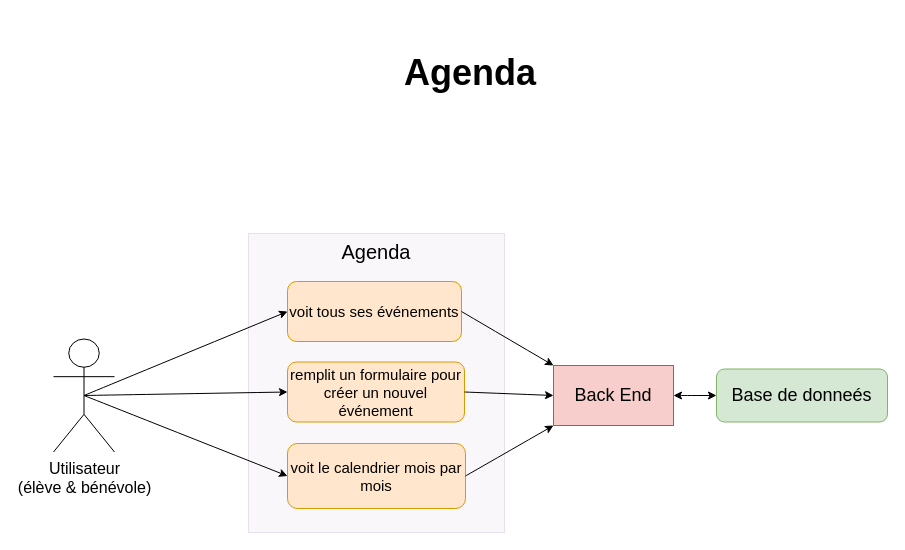
This is page "Agenda" (3 of 5) of Untitled Diagram.drawio from melacod/MelanieKlein_10_22122021, a draw.io file, before an edit. Source tidied: cells renumbered, new cells numbered last; positions are measured from the earlier drawing's top-left corner, leaving out a move shared by most shapes. Both pictures are drawn from the tidied source at 100%, with x=0, y=0 at pixel (53, 57).
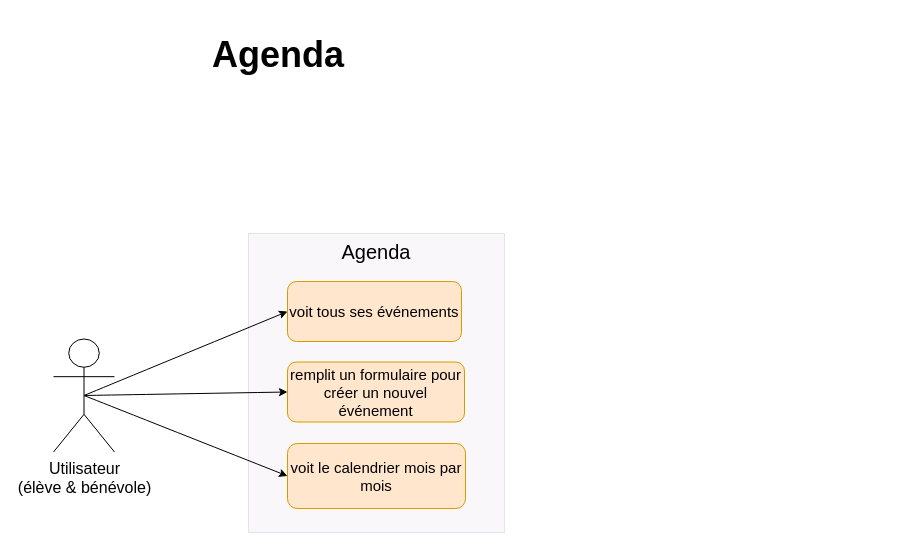
The same diagram, later.

What changed in the source:
```diff
@@
 <mxGraphModel>
   <root>
     <mxCell id="0" />
     <mxCell id="1" parent="0" />
     <mxCell id="2" value="&lt;h1&gt;&lt;font style=&quot;font-size: 36px&quot;&gt;Agenda&lt;/font&gt;&lt;/h1&gt;" style="text;html=1;strokeColor=none;fillColor=none;align=center;verticalAlign=middle;whiteSpace=wrap;rounded=0;" parent="1" vertex="1">
-      <mxGeometry x="263" width="308" height="30" as="geometry" />
+      <mxGeometry x="71" y="-18" width="308" height="30" as="geometry" />
     </mxCell>
     <mxCell id="3" value="&lt;span&gt;&lt;font style=&quot;font-size: 20px&quot;&gt;Agenda&lt;/font&gt;&lt;/span&gt;" style="rounded=0;whiteSpace=wrap;html=1;fontSize=18;strokeWidth=1;fillColor=#e1d5e7;strokeColor=#9673a6;opacity=20;verticalAlign=top;" parent="1" vertex="1">
       <mxGeometry x="195" y="176" width="256" height="299" as="geometry" />
     </mxCell>
     <mxCell id="4" value="&lt;font style=&quot;font-size: 16px&quot;&gt;Utilisateur&lt;br&gt;(élève &amp;amp; bénévole)&lt;/font&gt;" style="shape=umlActor;verticalLabelPosition=bottom;verticalAlign=top;html=1;outlineConnect=0;fontSize=14;" parent="1" vertex="1">
       <mxGeometry y="281.5" width="61" height="113" as="geometry" />
     </mxCell>
     <mxCell id="5" value="&lt;font style=&quot;font-size: 15px&quot;&gt;voit tous ses événements&lt;/font&gt;" style="rounded=1;whiteSpace=wrap;html=1;fontSize=14;fillColor=#ffe6cc;strokeColor=#d79b00;" parent="1" vertex="1">
       <mxGeometry x="234" y="224" width="174" height="60" as="geometry" />
     </mxCell>
     <mxCell id="6" value="&lt;font style=&quot;font-size: 15px&quot;&gt;remplit un formulaire pour créer un nouvel événement&lt;/font&gt;" style="rounded=1;whiteSpace=wrap;html=1;fontSize=14;fillColor=#ffe6cc;strokeColor=#d79b00;" parent="1" vertex="1">
       <mxGeometry x="234" y="304.5" width="177" height="60" as="geometry" />
     </mxCell>
     <mxCell id="7" style="endArrow=classic;html=1;rounded=0;fontSize=18;curved=1;entryX=0;entryY=0.5;entryDx=0;entryDy=0;exitX=0.5;exitY=0.5;exitDx=0;exitDy=0;exitPerimeter=0;" parent="1" edge="1" source="4" target="5">
       <mxGeometry relative="1" as="geometry" />
     </mxCell>
     <mxCell id="8" style="endArrow=classic;html=1;rounded=0;fontSize=18;entryX=0;entryY=0.5;entryDx=0;entryDy=0;curved=1;exitX=0.5;exitY=0.5;exitDx=0;exitDy=0;exitPerimeter=0;" parent="1" edge="1" source="4" target="6">
       <mxGeometry relative="1" as="geometry" />
     </mxCell>
     <mxCell id="9" value="&lt;font style=&quot;font-size: 15px&quot;&gt;voit le calendrier mois par mois&lt;/font&gt;" style="rounded=1;whiteSpace=wrap;html=1;fontSize=14;fillColor=#ffe6cc;strokeColor=#d79b00;" parent="1" vertex="1">
       <mxGeometry x="234" y="386" width="178" height="65" as="geometry" />
     </mxCell>
     <mxCell id="10" style="endArrow=classic;html=1;rounded=0;fontSize=18;curved=1;entryX=0;entryY=0.5;entryDx=0;entryDy=0;exitX=0.5;exitY=0.5;exitDx=0;exitDy=0;exitPerimeter=0;" parent="1" edge="1" source="4" target="9">
       <mxGeometry relative="1" as="geometry" />
     </mxCell>
-    <mxCell id="11" value="&lt;font style=&quot;font-size: 18px&quot;&gt;Back End&lt;/font&gt;" style="rounded=0;whiteSpace=wrap;html=1;fontSize=10;fillColor=#f8cecc;strokeColor=#b85450;" parent="1" vertex="1">
-      <mxGeometry x="500" y="308" width="120" height="60" as="geometry" />
-    </mxCell>
-    <mxCell id="12" value="&lt;span&gt;Base de donneés&lt;/span&gt;" style="rounded=1;whiteSpace=wrap;html=1;fontSize=18;fillColor=#d5e8d4;strokeColor=#82b366;strokeWidth=1;" parent="1" vertex="1">
-      <mxGeometry x="663" y="311.5" width="171" height="53" as="geometry" />
-    </mxCell>
-    <mxCell id="13" style="endArrow=classic;startArrow=classic;html=1;rounded=0;fontSize=18;entryX=0;entryY=0.5;entryDx=0;entryDy=0;exitX=1;exitY=0.5;exitDx=0;exitDy=0;curved=1;" parent="1" edge="1" source="11" target="12">
-      <mxGeometry relative="1" as="geometry" />
-    </mxCell>
-    <mxCell id="14" style="endArrow=classic;html=1;rounded=0;fontSize=18;exitX=1;exitY=0.5;exitDx=0;exitDy=0;entryX=0;entryY=0.5;entryDx=0;entryDy=0;curved=1;" parent="1" edge="1" source="6" target="11">
-      <mxGeometry relative="1" as="geometry" />
-    </mxCell>
-    <mxCell id="15" style="endArrow=classic;html=1;rounded=0;fontSize=18;exitX=1;exitY=0.5;exitDx=0;exitDy=0;entryX=0;entryY=0;entryDx=0;entryDy=0;curved=1;" parent="1" edge="1" source="5" target="11">
-      <mxGeometry relative="1" as="geometry" />
-    </mxCell>
-    <mxCell id="16" style="endArrow=classic;html=1;rounded=0;fontSize=18;entryX=0;entryY=1;entryDx=0;entryDy=0;curved=1;exitX=1;exitY=0.5;exitDx=0;exitDy=0;" parent="1" edge="1" source="9" target="11">
-      <mxGeometry relative="1" as="geometry" />
-    </mxCell>
   </root>
 </mxGraphModel>
```
